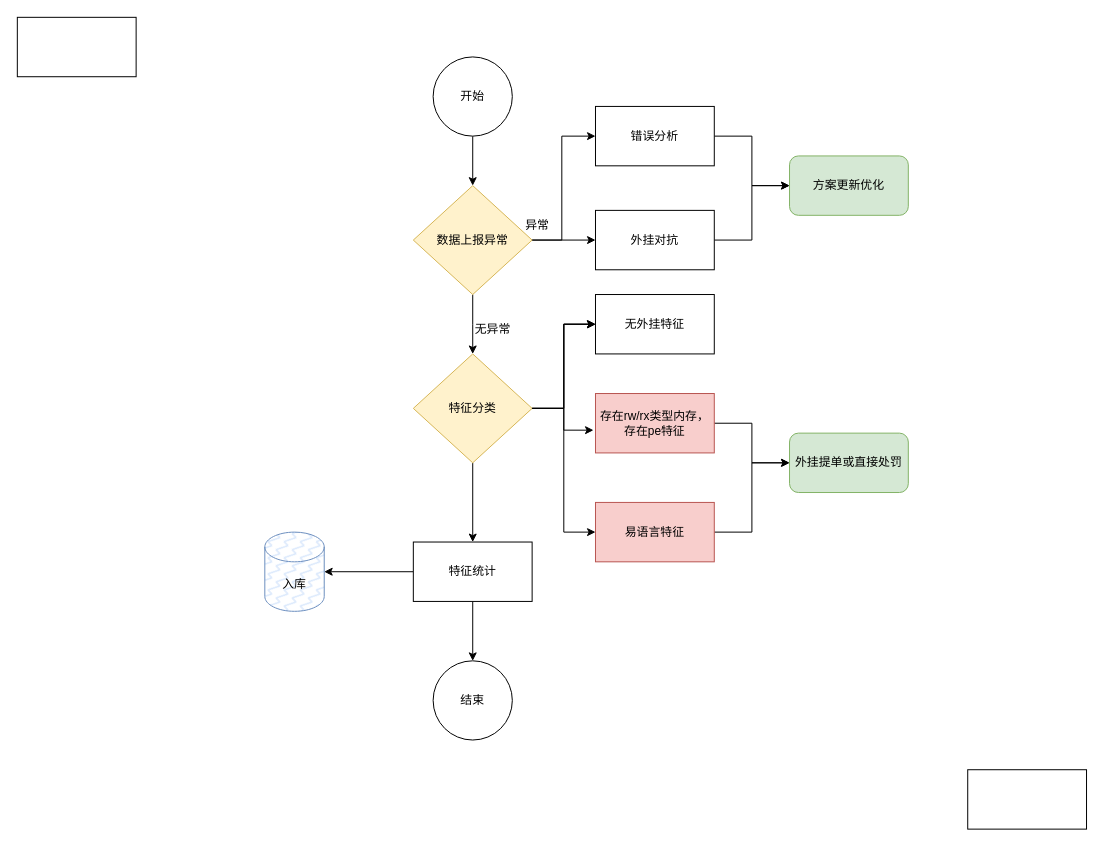
Earlier version of the draw.io diagram testDirectory/后台处罚.drawio (Moose1273/-). Source tidied: cells renumbered, new cells numbered last; positions are measured from the earlier drawing's top-left corner, leaving out a move shared by most shapes. Both pictures are drawn from the tidied source at 99%, with x=0, y=0 at pixel (17, 17).
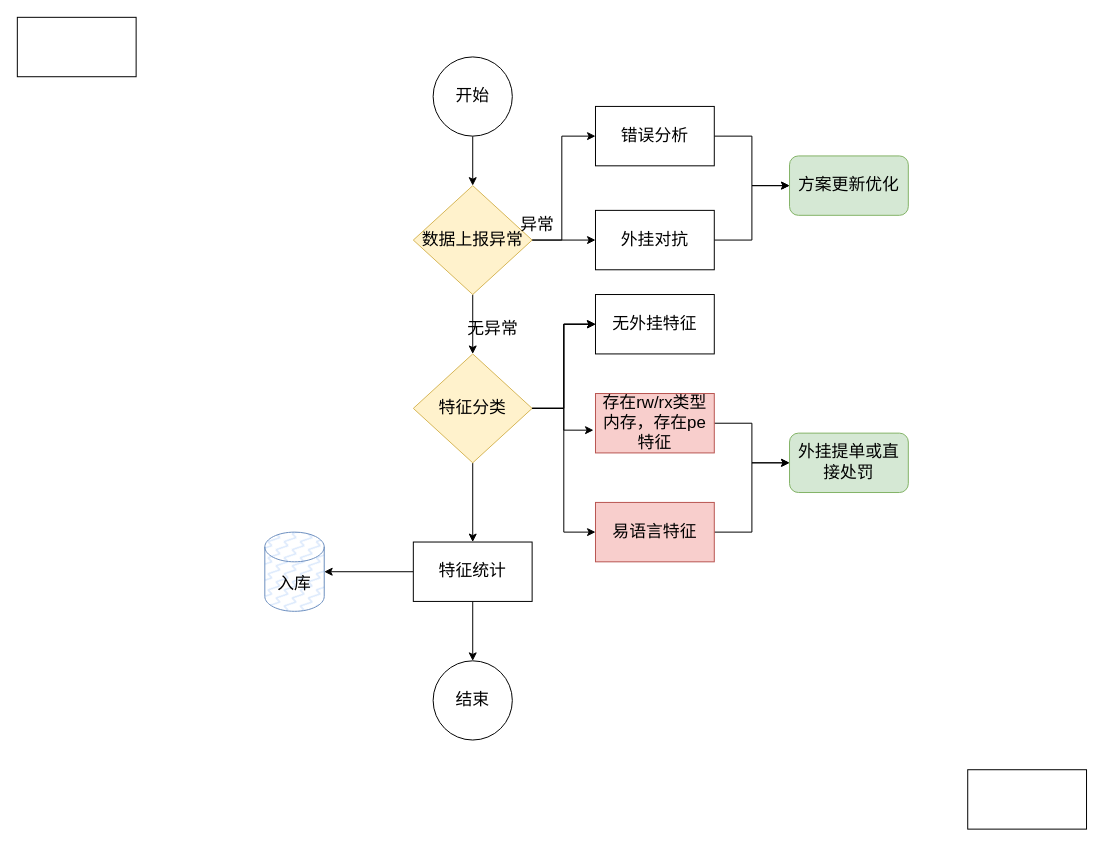
The same page after the edit.

Commit message (it also covers changes not shown here):
更新后台处罚.drawio

What changed in the source:
```diff
@@
-    <mxCell id="2" style="edgeStyle=orthogonalEdgeStyle;rounded=0;jettySize=auto;html=1;" parent="1" edge="1" source="3" target="7">
+    <mxCell id="2" style="edgeStyle=orthogonalEdgeStyle;rounded=0;jettySize=auto;html=1;fontSize=17;" parent="1" edge="1" source="3" target="7">
       <mxGeometry relative="1" as="geometry" />
     </mxCell>
-    <mxCell id="3" value="开始" style="ellipse;whiteSpace=wrap;html=1;" parent="1" vertex="1">
+    <mxCell id="3" value="开始" style="ellipse;whiteSpace=wrap;html=1;fontSize=17;" parent="1" vertex="1">
       <mxGeometry x="420" y="40" width="80" height="80" as="geometry" />
     </mxCell>
-    <mxCell id="4" style="edgeStyle=orthogonalEdgeStyle;rounded=0;jettySize=auto;html=1;" parent="1" edge="1" source="7" target="9">
+    <mxCell id="4" style="edgeStyle=orthogonalEdgeStyle;rounded=0;jettySize=auto;html=1;fontSize=17;" parent="1" edge="1" source="7" target="9">
       <mxGeometry relative="1" as="geometry" />
     </mxCell>
-    <mxCell id="5" style="edgeStyle=orthogonalEdgeStyle;rounded=0;jettySize=auto;html=1;exitX=1;exitY=0.5;exitDx=0;exitDy=0;entryX=0;entryY=0.5;entryDx=0;entryDy=0;" parent="1" edge="1" source="7" target="11">
+    <mxCell id="5" style="edgeStyle=orthogonalEdgeStyle;rounded=0;jettySize=auto;html=1;exitX=1;exitY=0.5;exitDx=0;exitDy=0;entryX=0;entryY=0.5;entryDx=0;entryDy=0;fontSize=17;" parent="1" edge="1" source="7" target="11">
       <mxGeometry relative="1" as="geometry">
         <Array as="points">
           <mxPoint x="550" y="225" />
           <mxPoint x="550" y="120" />
         </Array>
       </mxGeometry>
     </mxCell>
-    <mxCell id="6" style="edgeStyle=orthogonalEdgeStyle;rounded=0;jettySize=auto;html=1;" parent="1" edge="1" source="7">
+    <mxCell id="6" style="edgeStyle=orthogonalEdgeStyle;rounded=0;jettySize=auto;html=1;fontSize=17;" parent="1" edge="1" source="7">
       <mxGeometry relative="1" as="geometry">
         <mxPoint x="460" y="340" as="targetPoint" />
       </mxGeometry>
     </mxCell>
-    <mxCell id="7" value="数据上报异常" style="rhombus;whiteSpace=wrap;html=1;fillColor=#fff2cc;strokeColor=#d6b656;" parent="1" vertex="1">
+    <mxCell id="7" value="数据上报异常" style="rhombus;whiteSpace=wrap;html=1;fillColor=#fff2cc;strokeColor=#d6b656;fontSize=17;" parent="1" vertex="1">
       <mxGeometry x="400" y="170" width="120" height="110" as="geometry" />
     </mxCell>
-    <mxCell id="8" style="edgeStyle=orthogonalEdgeStyle;rounded=0;jettySize=auto;html=1;exitX=1;exitY=0.5;exitDx=0;exitDy=0;" parent="1" edge="1" source="9" target="12">
+    <mxCell id="8" style="edgeStyle=orthogonalEdgeStyle;rounded=0;jettySize=auto;html=1;exitX=1;exitY=0.5;exitDx=0;exitDy=0;fontSize=17;" parent="1" edge="1" source="9" target="12">
       <mxGeometry relative="1" as="geometry" />
     </mxCell>
-    <mxCell id="9" value="外挂对抗" style="whiteSpace=wrap;html=1;" parent="1" vertex="1">
+    <mxCell id="9" value="外挂对抗" style="whiteSpace=wrap;html=1;fontSize=17;" parent="1" vertex="1">
       <mxGeometry x="584" y="195" width="120" height="60" as="geometry" />
     </mxCell>
-    <mxCell id="10" style="edgeStyle=orthogonalEdgeStyle;rounded=0;jettySize=auto;html=1;exitX=1;exitY=0.5;exitDx=0;exitDy=0;" parent="1" edge="1" source="11" target="12">
+    <mxCell id="10" style="edgeStyle=orthogonalEdgeStyle;rounded=0;jettySize=auto;html=1;exitX=1;exitY=0.5;exitDx=0;exitDy=0;fontSize=17;" parent="1" edge="1" source="11" target="12">
       <mxGeometry relative="1" as="geometry" />
     </mxCell>
-    <mxCell id="11" value="错误分析" style="whiteSpace=wrap;html=1;" parent="1" vertex="1">
+    <mxCell id="11" value="错误分析" style="whiteSpace=wrap;html=1;fontSize=17;" parent="1" vertex="1">
       <mxGeometry x="584" y="90" width="120" height="60" as="geometry" />
     </mxCell>
-    <mxCell id="12" value="方案更新优化" style="rounded=1;whiteSpace=wrap;html=1;fillColor=#d5e8d4;strokeColor=#82b366;" parent="1" vertex="1">
+    <mxCell id="12" value="方案更新优化" style="rounded=1;whiteSpace=wrap;html=1;fillColor=#d5e8d4;strokeColor=#82b366;fontSize=17;" parent="1" vertex="1">
       <mxGeometry x="780" y="140" width="120" height="60" as="geometry" />
     </mxCell>
-    <mxCell id="13" style="edgeStyle=orthogonalEdgeStyle;rounded=0;jettySize=auto;html=1;" parent="1" edge="1" source="18" target="21">
+    <mxCell id="13" style="edgeStyle=orthogonalEdgeStyle;rounded=0;jettySize=auto;html=1;fontSize=17;" parent="1" edge="1" source="18" target="21">
       <mxGeometry relative="1" as="geometry" />
     </mxCell>
-    <mxCell id="14" style="edgeStyle=orthogonalEdgeStyle;rounded=0;jettySize=auto;html=1;" parent="1" edge="1" source="18" target="21">
+    <mxCell id="14" style="edgeStyle=orthogonalEdgeStyle;rounded=0;jettySize=auto;html=1;fontSize=17;" parent="1" edge="1" source="18" target="21">
       <mxGeometry relative="1" as="geometry" />
     </mxCell>
-    <mxCell id="15" style="edgeStyle=orthogonalEdgeStyle;rounded=0;jettySize=auto;html=1;" parent="1" edge="1" source="18" target="21">
+    <mxCell id="15" style="edgeStyle=orthogonalEdgeStyle;rounded=0;jettySize=auto;html=1;fontSize=17;" parent="1" edge="1" source="18" target="21">
       <mxGeometry relative="1" as="geometry" />
     </mxCell>
-    <mxCell id="16" style="edgeStyle=orthogonalEdgeStyle;rounded=0;jettySize=auto;html=1;exitX=1;exitY=0.5;exitDx=0;exitDy=0;entryX=0;entryY=0.5;entryDx=0;entryDy=0;" parent="1" edge="1" source="18" target="26">
+    <mxCell id="16" style="edgeStyle=orthogonalEdgeStyle;rounded=0;jettySize=auto;html=1;exitX=1;exitY=0.5;exitDx=0;exitDy=0;entryX=0;entryY=0.5;entryDx=0;entryDy=0;fontSize=17;" parent="1" edge="1" source="18" target="26">
       <mxGeometry relative="1" as="geometry" />
     </mxCell>
-    <mxCell id="17" style="edgeStyle=orthogonalEdgeStyle;rounded=0;jettySize=auto;html=1;" parent="1" edge="1" source="18" target="30">
+    <mxCell id="17" style="edgeStyle=orthogonalEdgeStyle;rounded=0;jettySize=auto;html=1;fontSize=17;" parent="1" edge="1" source="18" target="30">
       <mxGeometry relative="1" as="geometry" />
     </mxCell>
-    <mxCell id="18" value="特征分类" style="rhombus;whiteSpace=wrap;html=1;fillColor=#fff2cc;strokeColor=#d6b656;" parent="1" vertex="1">
+    <mxCell id="18" value="特征分类" style="rhombus;whiteSpace=wrap;html=1;fillColor=#fff2cc;strokeColor=#d6b656;fontSize=17;" parent="1" vertex="1">
       <mxGeometry x="400" y="340" width="120" height="110" as="geometry" />
     </mxCell>
-    <mxCell id="19" value="异常" style="text;html=1;align=center;verticalAlign=middle;strokeColor=none;fillColor=none;" parent="1" vertex="1">
-      <mxGeometry x="500" y="195" width="50" height="30" as="geometry" />
+    <mxCell id="19" value="异常" style="text;html=1;align=center;verticalAlign=middle;strokeColor=none;fillColor=none;fontSize=17;" parent="1" vertex="1">
+      <mxGeometry x="495" y="195" width="60" height="30" as="geometry" />
     </mxCell>
-    <mxCell id="20" value="无异常" style="text;html=1;align=center;verticalAlign=middle;strokeColor=none;fillColor=none;" parent="1" vertex="1">
-      <mxGeometry x="450" y="300" width="60" height="30" as="geometry" />
+    <mxCell id="20" value="无异常" style="text;html=1;align=center;verticalAlign=middle;strokeColor=none;fillColor=none;fontSize=17;" parent="1" vertex="1">
+      <mxGeometry x="445" y="300" width="70" height="30" as="geometry" />
     </mxCell>
-    <mxCell id="21" value="无外挂特征" style="whiteSpace=wrap;html=1;" parent="1" vertex="1">
+    <mxCell id="21" value="无外挂特征" style="whiteSpace=wrap;html=1;fontSize=17;" parent="1" vertex="1">
       <mxGeometry x="584" y="280" width="120" height="60" as="geometry" />
     </mxCell>
-    <mxCell id="22" style="edgeStyle=orthogonalEdgeStyle;rounded=0;jettySize=auto;html=1;exitX=1;exitY=0.5;exitDx=0;exitDy=0;entryX=0;entryY=0.5;entryDx=0;entryDy=0;" parent="1" edge="1" source="23" target="27">
+    <mxCell id="22" style="edgeStyle=orthogonalEdgeStyle;rounded=0;jettySize=auto;html=1;exitX=1;exitY=0.5;exitDx=0;exitDy=0;entryX=0;entryY=0.5;entryDx=0;entryDy=0;fontSize=17;" parent="1" edge="1" source="23" target="27">
       <mxGeometry relative="1" as="geometry" />
     </mxCell>
-    <mxCell id="23" value="存在rw/rx类型内存，存在pe特征" style="rounded=0;whiteSpace=wrap;html=1;fillColor=#f8cecc;strokeColor=#b85450;" parent="1" vertex="1">
+    <mxCell id="23" value="存在rw/rx类型内存，存在pe特征" style="rounded=0;whiteSpace=wrap;html=1;fillColor=#f8cecc;strokeColor=#b85450;fontSize=17;" parent="1" vertex="1">
       <mxGeometry x="584" y="380" width="120" height="60" as="geometry" />
     </mxCell>
-    <mxCell id="24" style="edgeStyle=orthogonalEdgeStyle;rounded=0;jettySize=auto;html=1;exitX=1;exitY=0.5;exitDx=0;exitDy=0;entryX=-0.017;entryY=0.617;entryDx=0;entryDy=0;entryPerimeter=0;" parent="1" edge="1" source="18" target="23">
+    <mxCell id="24" style="edgeStyle=orthogonalEdgeStyle;rounded=0;jettySize=auto;html=1;exitX=1;exitY=0.5;exitDx=0;exitDy=0;entryX=-0.017;entryY=0.617;entryDx=0;entryDy=0;entryPerimeter=0;fontSize=17;" parent="1" edge="1" source="18" target="23">
       <mxGeometry relative="1" as="geometry" />
     </mxCell>
-    <mxCell id="25" style="edgeStyle=orthogonalEdgeStyle;rounded=0;jettySize=auto;html=1;exitX=1;exitY=0.5;exitDx=0;exitDy=0;entryX=0;entryY=0.5;entryDx=0;entryDy=0;" parent="1" edge="1" source="26" target="27">
+    <mxCell id="25" style="edgeStyle=orthogonalEdgeStyle;rounded=0;jettySize=auto;html=1;exitX=1;exitY=0.5;exitDx=0;exitDy=0;entryX=0;entryY=0.5;entryDx=0;entryDy=0;fontSize=17;" parent="1" edge="1" source="26" target="27">
       <mxGeometry relative="1" as="geometry" />
     </mxCell>
-    <mxCell id="26" value="易语言特征" style="rounded=0;whiteSpace=wrap;html=1;fillColor=#f8cecc;strokeColor=#b85450;" parent="1" vertex="1">
+    <mxCell id="26" value="易语言特征" style="rounded=0;whiteSpace=wrap;html=1;fillColor=#f8cecc;strokeColor=#b85450;fontSize=17;" parent="1" vertex="1">
       <mxGeometry x="584" y="490" width="120" height="60" as="geometry" />
     </mxCell>
-    <mxCell id="27" value="外挂提单或直接处罚" style="rounded=1;whiteSpace=wrap;html=1;fillColor=#d5e8d4;strokeColor=#82b366;" parent="1" vertex="1">
+    <mxCell id="27" value="外挂提单或直接处罚" style="rounded=1;whiteSpace=wrap;html=1;fillColor=#d5e8d4;strokeColor=#82b366;fontSize=17;" parent="1" vertex="1">
       <mxGeometry x="780" y="420" width="120" height="60" as="geometry" />
     </mxCell>
-    <mxCell id="28" style="edgeStyle=orthogonalEdgeStyle;rounded=0;jettySize=auto;html=1;" parent="1" edge="1" source="30" target="31">
+    <mxCell id="28" style="edgeStyle=orthogonalEdgeStyle;rounded=0;jettySize=auto;html=1;fontSize=17;" parent="1" edge="1" source="30" target="31">
       <mxGeometry relative="1" as="geometry" />
     </mxCell>
-    <mxCell id="29" style="edgeStyle=orthogonalEdgeStyle;rounded=0;jettySize=auto;html=1;" parent="1" edge="1" source="30" target="32">
+    <mxCell id="29" style="edgeStyle=orthogonalEdgeStyle;rounded=0;jettySize=auto;html=1;fontSize=17;" parent="1" edge="1" source="30" target="32">
       <mxGeometry relative="1" as="geometry" />
     </mxCell>
-    <mxCell id="30" value="特征统计" style="whiteSpace=wrap;html=1;" parent="1" vertex="1">
+    <mxCell id="30" value="特征统计" style="whiteSpace=wrap;html=1;fontSize=17;" parent="1" vertex="1">
       <mxGeometry x="400" y="530" width="120" height="60" as="geometry" />
     </mxCell>
-    <mxCell id="31" value="入库" style="shape=cylinder3;whiteSpace=wrap;html=1;boundedLbl=1;backgroundOutline=1;size=15;fillStyle=zigzag-line;fillColor=#DAE8FC;strokeColor=#6c8ebf;" parent="1" vertex="1">
+    <mxCell id="31" value="入库" style="shape=cylinder3;whiteSpace=wrap;html=1;boundedLbl=1;backgroundOutline=1;size=15;fillStyle=zigzag-line;fillColor=#DAE8FC;strokeColor=#6c8ebf;fontSize=17;" parent="1" vertex="1">
       <mxGeometry x="250" y="520" width="60" height="80" as="geometry" />
     </mxCell>
-    <mxCell id="32" value="结束" style="ellipse;whiteSpace=wrap;html=1;" parent="1" vertex="1">
+    <mxCell id="32" value="结束" style="ellipse;whiteSpace=wrap;html=1;fontSize=17;" parent="1" vertex="1">
       <mxGeometry x="420" y="650" width="80" height="80" as="geometry" />
     </mxCell>
```
